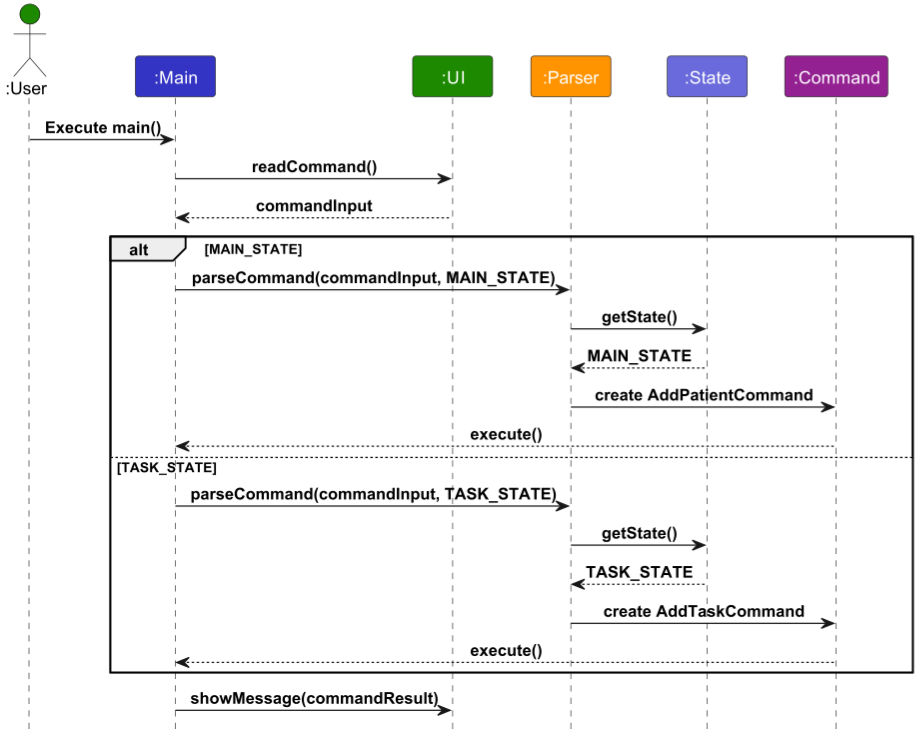
nus-cs2113-AY2425S1/tp keeps this PlantUML diagram as docs/images/StateSwitchingSequenceDiagram.png. Above is the earlier version. Its source is kept beside it as docs/diagrams/StateSwitchingSequenceDiagram.puml.
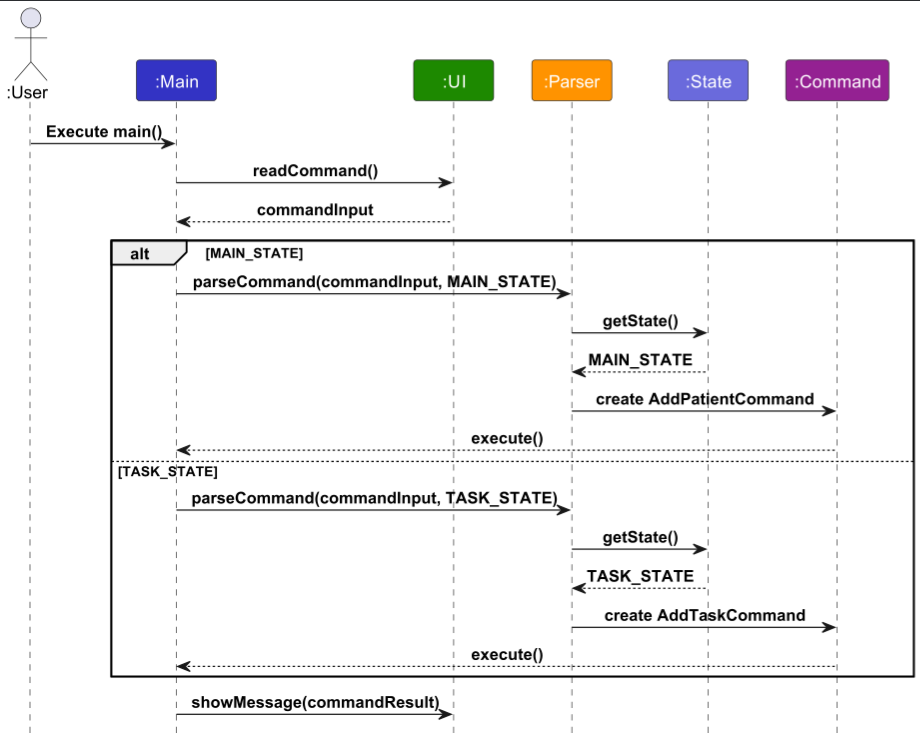
After the commit.

Commit message:
Add arrow to show inheritance in class diagram

Diff of the diagram source:
```diff
@@ -1,7 +1,7 @@
 @startuml
 !include style.puml
 
-actor ":User" as U UI_COLOR
+actor ":User" as U
 participant ":Main" as M LOGIC_COLOR
 participant ":UI" as UI UI_COLOR
 participant ":Parser" as P PARSER_COLOR
```
